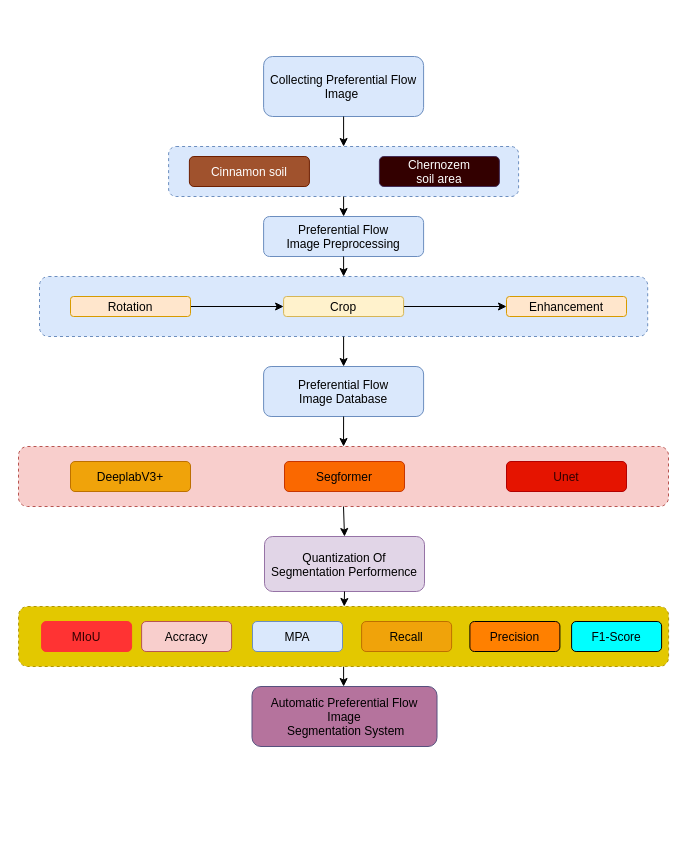
This is 未命名绘图.drawio from lhy-nw1217/Draw, a draw.io file, before an edit. Source tidied: cells renumbered, new cells numbered last; positions are measured from the earlier drawing's top-left corner, leaving out a move shared by most shapes. Both pictures are drawn from the tidied source at 100%, with x=0, y=0 at pixel (18, 56).
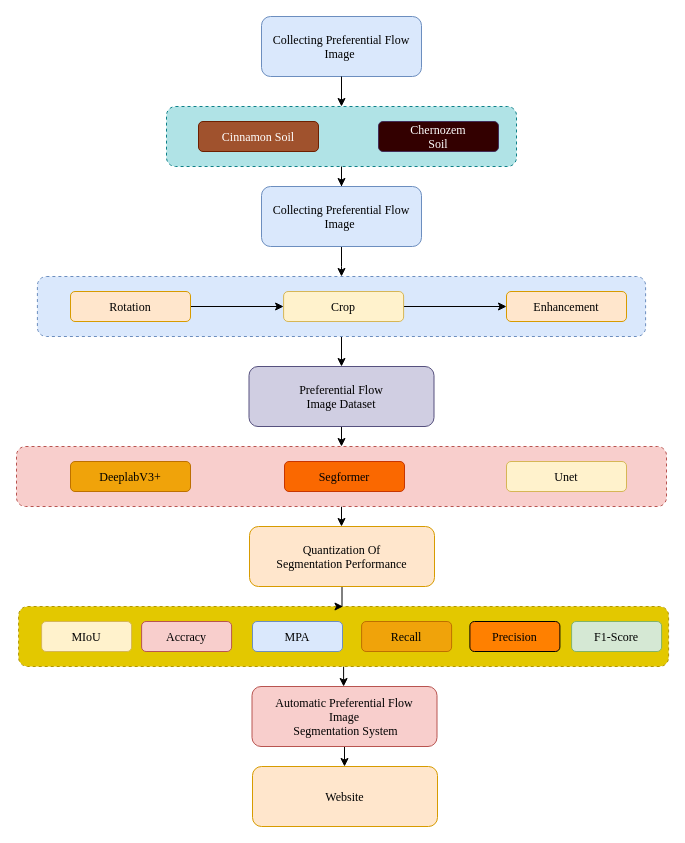
The same page after the edit.

Commit message:
Update 未命名绘图.drawio

What changed in the source:
```diff
@@
+    <mxCell id="36" style="edgeStyle=orthogonalEdgeStyle;rounded=0;jettySize=auto;html=1;fontFamily=Times New Roman;" parent="1" edge="1" source="2" target="44">
+      <mxGeometry relative="1" as="geometry" />
+    </mxCell>
-    <mxCell id="2" style="rounded=1;dashed=1;fillColor=#dae8fc;strokeColor=#6c8ebf;" parent="1" vertex="1">
-      <mxGeometry x="21" y="220" width="608.2" height="60" as="geometry" />
+    <mxCell id="2" style="rounded=1;dashed=1;fillColor=#dae8fc;strokeColor=#6c8ebf;fontFamily=Times New Roman;" parent="1" vertex="1">
+      <mxGeometry x="18.9" y="220" width="608.2" height="60" as="geometry" />
     </mxCell>
-    <mxCell id="3" style="edgeStyle=orthogonalEdgeStyle;rounded=0;jettySize=auto;" parent="1" edge="1" source="4" target="6">
+    <mxCell id="3" style="edgeStyle=orthogonalEdgeStyle;rounded=0;jettySize=auto;fontFamily=Times New Roman;" parent="1" edge="1" source="4" target="6">
       <mxGeometry relative="1" as="geometry" />
     </mxCell>
-    <mxCell id="4" value="Rotation" style="rounded=1;fillColor=#ffe6cc;strokeColor=#d79b00;" parent="1" vertex="1">
-      <mxGeometry x="52" y="240" width="120" height="20" as="geometry" />
+    <mxCell id="4" value="Rotation" style="rounded=1;fillColor=#ffe6cc;strokeColor=#d79b00;fontFamily=Times New Roman;" parent="1" vertex="1">
+      <mxGeometry x="52" y="235" width="120" height="30" as="geometry" />
     </mxCell>
-    <mxCell id="5" style="edgeStyle=orthogonalEdgeStyle;rounded=0;jettySize=auto;" parent="1" edge="1" source="6" target="7">
+    <mxCell id="5" style="edgeStyle=orthogonalEdgeStyle;rounded=0;jettySize=auto;html=1;fontFamily=Times New Roman;" parent="1" edge="1" source="6" target="7">
       <mxGeometry relative="1" as="geometry" />
     </mxCell>
-    <mxCell id="6" value="Crop" style="rounded=1;fillColor=#fff2cc;strokeColor=#d6b656;" parent="1" vertex="1">
-      <mxGeometry x="265.1" y="240" width="120" height="20" as="geometry" />
+    <mxCell id="6" value="Crop" style="rounded=1;fillColor=#fff2cc;strokeColor=#d6b656;fontFamily=Times New Roman;" parent="1" vertex="1">
+      <mxGeometry x="265.1" y="235" width="120" height="30" as="geometry" />
     </mxCell>
-    <mxCell id="7" value="Enhancement" style="rounded=1;fillColor=#ffe6cc;strokeColor=#d79b00;" parent="1" vertex="1">
-      <mxGeometry x="488" y="240" width="120" height="20" as="geometry" />
+    <mxCell id="7" value="Enhancement" style="rounded=1;fillColor=#ffe6cc;strokeColor=#d79b00;fontFamily=Times New Roman;" parent="1" vertex="1">
+      <mxGeometry x="488" y="235" width="120" height="30" as="geometry" />
     </mxCell>
-    <mxCell id="8" value="Preferential Flow &#10;Image Database" style="rounded=1;fillColor=#dae8fc;strokeColor=#6c8ebf;" parent="1" vertex="1">
-      <mxGeometry x="245.1" y="310" width="160" height="50" as="geometry" />
-    </mxCell>
+    <mxCell id="37" style="edgeStyle=orthogonalEdgeStyle;rounded=0;jettySize=auto;html=1;fontFamily=Times New Roman;" parent="1" edge="1" source="9" target="42">
+      <mxGeometry relative="1" as="geometry" />
+    </mxCell>
-    <mxCell id="9" style="rounded=1;dashed=1;fillColor=#f8cecc;strokeColor=#b85450;" parent="1" vertex="1">
-      <mxGeometry y="390" width="650" height="60" as="geometry" />
+    <mxCell id="9" style="rounded=1;dashed=1;fillColor=#f8cecc;strokeColor=#b85450;fontFamily=Times New Roman;" parent="1" vertex="1">
+      <mxGeometry x="-2" y="390" width="650" height="60" as="geometry" />
     </mxCell>
-    <mxCell id="10" value="DeeplabV3+" style="rounded=1;fillColor=#f0a30a;fontColor=#000000;strokeColor=#BD7000;" parent="1" vertex="1">
+    <mxCell id="10" value="DeeplabV3+" style="rounded=1;fillColor=#f0a30a;fontColor=#000000;strokeColor=#BD7000;fontFamily=Times New Roman;" parent="1" vertex="1">
       <mxGeometry x="52" y="405" width="120" height="30" as="geometry" />
     </mxCell>
-    <mxCell id="11" value="Segformer" style="rounded=1;fillColor=#fa6800;fontColor=#000000;strokeColor=#C73500;" parent="1" vertex="1">
+    <mxCell id="11" value="Segformer" style="rounded=1;fillColor=#fa6800;fontColor=#000000;strokeColor=#C73500;fontFamily=Times New Roman;" parent="1" vertex="1">
       <mxGeometry x="266" y="405" width="120" height="30" as="geometry" />
     </mxCell>
-    <mxCell id="12" value="Unet" style="rounded=1;fillColor=#e51400;fontColor=#330000;strokeColor=#B20000;" parent="1" vertex="1">
+    <mxCell id="12" value="Unet" style="rounded=1;fillColor=#fff2cc;strokeColor=#d6b656;fontFamily=Times New Roman;" parent="1" vertex="1">
       <mxGeometry x="488" y="405" width="120" height="30" as="geometry" />
     </mxCell>
-    <mxCell id="13" style="edgeStyle=orthogonalEdgeStyle;rounded=0;jettySize=auto;" parent="1" edge="1" source="14" target="24">
+    <mxCell id="13" style="edgeStyle=orthogonalEdgeStyle;rounded=0;jettySize=auto;fontFamily=Times New Roman;" parent="1" edge="1" source="14" target="24">
       <mxGeometry relative="1" as="geometry" />
     </mxCell>
-    <mxCell id="14" style="rounded=1;dashed=1;fillColor=#e3c800;fontColor=#000000;strokeColor=#B09500;" parent="1" vertex="1">
+    <mxCell id="14" style="rounded=1;dashed=1;fillColor=#e3c800;fontColor=#000000;strokeColor=#B09500;fontFamily=Times New Roman;" parent="1" vertex="1">
       <mxGeometry x="0.1" y="550" width="650" height="60" as="geometry" />
     </mxCell>
-    <mxCell id="15" value="Preferential Flow &#10;Image Preprocessing" style="rounded=1;fillColor=#dae8fc;strokeColor=#6c8ebf;" parent="1" vertex="1">
-      <mxGeometry x="245.1" y="160" width="160" height="40" as="geometry" />
-    </mxCell>
-    <mxCell id="16" value="Quantization Of &#10;Segmentation Performence" style="rounded=1;fillColor=#e1d5e7;strokeColor=#9673a6;" parent="1" vertex="1">
-      <mxGeometry x="246" y="480" width="160" height="55" as="geometry" />
-    </mxCell>
-    <mxCell id="17" value="MIoU" style="rounded=1;fillColor=#FF3333;strokeColor=#FF3333;fontColor=#330000;labelBorderColor=none;" parent="1" vertex="1">
+    <mxCell id="17" value="MIoU" style="rounded=1;fillColor=#fff2cc;strokeColor=#d6b656;labelBorderColor=none;fontFamily=Times New Roman;" parent="1" vertex="1">
       <mxGeometry x="23.1" y="565" width="90" height="30" as="geometry" />
     </mxCell>
-    <mxCell id="18" value="Accracy" style="rounded=1;fillColor=#f8cecc;strokeColor=#b85450;" parent="1" vertex="1">
+    <mxCell id="18" value="Accracy" style="rounded=1;fillColor=#f8cecc;strokeColor=#b85450;fontFamily=Times New Roman;" parent="1" vertex="1">
       <mxGeometry x="123.1" y="565" width="90" height="30" as="geometry" />
     </mxCell>
-    <mxCell id="19" value="MPA" style="rounded=1;fillColor=#dae8fc;strokeColor=#6c8ebf;" parent="1" vertex="1">
+    <mxCell id="19" value="MPA" style="rounded=1;fillColor=#dae8fc;strokeColor=#6c8ebf;fontFamily=Times New Roman;" parent="1" vertex="1">
       <mxGeometry x="234" y="565" width="90" height="30" as="geometry" />
     </mxCell>
-    <mxCell id="20" value="Recall" style="rounded=1;fillColor=#f0a30a;fontColor=#000000;strokeColor=#BD7000;" parent="1" vertex="1">
+    <mxCell id="20" value="Recall" style="rounded=1;fillColor=#f0a30a;fontColor=#000000;strokeColor=#BD7000;fontFamily=Times New Roman;" parent="1" vertex="1">
       <mxGeometry x="343.1" y="565" width="90" height="30" as="geometry" />
     </mxCell>
-    <mxCell id="21" value="Precision" style="rounded=1;fillColor=#FF8000;" parent="1" vertex="1">
+    <mxCell id="21" value="Precision" style="rounded=1;fillColor=#FF8000;fontFamily=Times New Roman;" parent="1" vertex="1">
       <mxGeometry x="451.4" y="565" width="90" height="30" as="geometry" />
     </mxCell>
-    <mxCell id="22" value="F1-Score" style="rounded=1;fillColor=#00FFFF;" parent="1" vertex="1">
+    <mxCell id="22" value="F1-Score" style="rounded=1;fillColor=#d5e8d4;strokeColor=#82b366;fontFamily=Times New Roman;" parent="1" vertex="1">
       <mxGeometry x="553.1" y="565" width="90" height="30" as="geometry" />
     </mxCell>
-    <mxCell id="23" style="edgeStyle=orthogonalEdgeStyle;rounded=0;orthogonalLoop=1;jettySize=auto;exitX=0.5;exitY=1;exitDx=0;exitDy=0;" parent="1" edge="1" source="22" target="22">
+    <mxCell id="23" style="edgeStyle=orthogonalEdgeStyle;rounded=0;orthogonalLoop=1;jettySize=auto;exitX=0.5;exitY=1;exitDx=0;exitDy=0;fontFamily=Times New Roman;" parent="1" edge="1" source="22" target="22">
       <mxGeometry relative="1" as="geometry" />
     </mxCell>
+    <mxCell id="38" style="edgeStyle=orthogonalEdgeStyle;rounded=0;jettySize=auto;html=1;fontFamily=Times New Roman;" parent="1" edge="1" source="24" target="40">
+      <mxGeometry relative="1" as="geometry" />
+    </mxCell>
-    <mxCell id="24" value="Automatic Preferential Flow &#10;Image&#10; Segmentation System" style="rounded=1;fillColor=#B5739D;strokeColor=#56517e;" parent="1" vertex="1">
+    <mxCell id="24" value="Automatic Preferential Flow &#10;Image&#10; Segmentation System" style="rounded=1;fillColor=#f8cecc;strokeColor=#b85450;fontFamily=Times New Roman;" parent="1" vertex="1">
       <mxGeometry x="233.5" y="630" width="185" height="60" as="geometry" />
     </mxCell>
-    <mxCell id="25" value="Collecting Preferential Flow &#10;Image " style="rounded=1;fillColor=#dae8fc;strokeColor=#6c8ebf;" parent="1" vertex="1">
-      <mxGeometry x="245.1" width="160" height="60" as="geometry" />
+    <mxCell id="25" value="Collecting Preferential Flow &#10;Image " style="rounded=1;fillColor=#dae8fc;strokeColor=#6c8ebf;fontFamily=Times New Roman;" parent="1" vertex="1">
+      <mxGeometry x="243" y="-40" width="160" height="60" as="geometry" />
     </mxCell>
+    <mxCell id="39" style="edgeStyle=orthogonalEdgeStyle;rounded=0;jettySize=auto;html=1;fontFamily=Times New Roman;" parent="1" edge="1" source="26" target="46">
+      <mxGeometry relative="1" as="geometry" />
+    </mxCell>
-    <mxCell id="26" style="rounded=1;dashed=1;fillColor=#dae8fc;strokeColor=#6c8ebf;" parent="1" vertex="1">
-      <mxGeometry x="150.1" y="90" width="350" height="50" as="geometry" />
+    <mxCell id="26" style="rounded=1;dashed=1;fillColor=#b0e3e6;strokeColor=#0e8088;fontFamily=Times New Roman;" parent="1" vertex="1">
+      <mxGeometry x="148" y="50" width="350" height="60" as="geometry" />
     </mxCell>
-    <mxCell id="27" value="Cinnamon soil" style="rounded=1;fillColor=#a0522d;strokeColor=#6D1F00;fontColor=#ffffff;" parent="1" vertex="1">
-      <mxGeometry x="170.9" y="100" width="120" height="30" as="geometry" />
+    <mxCell id="27" value="Cinnamon Soil" style="rounded=1;fillColor=#a0522d;strokeColor=#6D1F00;fontColor=#ffffff;fontFamily=Times New Roman;" parent="1" vertex="1">
+      <mxGeometry x="180" y="65" width="120" height="30" as="geometry" />
     </mxCell>
-    <mxCell id="28" value="Chernozem&#10;soil area" style="rounded=1;fillColor=#330000;fontColor=#ffffff;strokeColor=#432D57;" parent="1" vertex="1">
-      <mxGeometry x="360.9" y="100" width="120" height="30" as="geometry" />
+    <mxCell id="28" value="Chernozem&#10;Soil" style="rounded=1;fillColor=#330000;fontColor=#ffffff;strokeColor=#432D57;fontFamily=Times New Roman;" parent="1" vertex="1">
+      <mxGeometry x="360" y="65" width="120" height="30" as="geometry" />
     </mxCell>
-    <mxCell id="29" style="endArrow=classic;rounded=0;exitX=0.5;exitY=1;exitDx=0;exitDy=0;" parent="1" edge="1" source="26" target="15">
-      <mxGeometry relative="1" as="geometry" />
-    </mxCell>
-    <mxCell id="30" style="endArrow=classic;rounded=0;exitX=0.5;exitY=1;exitDx=0;exitDy=0;" parent="1" edge="1" source="2" target="8">
-      <mxGeometry relative="1" as="geometry" />
-    </mxCell>
-    <mxCell id="31" style="endArrow=classic;rounded=0;exitX=0.5;exitY=1;exitDx=0;exitDy=0;entryX=0.5;entryY=0;entryDx=0;entryDy=0;" parent="1" edge="1" source="9" target="16">
-      <mxGeometry relative="1" as="geometry" />
-    </mxCell>
-    <mxCell id="32" style="endArrow=classic;rounded=0;exitX=0.5;exitY=1;exitDx=0;exitDy=0;entryX=0.5;entryY=0;entryDx=0;entryDy=0;" parent="1" edge="1" source="15" target="2">
-      <mxGeometry relative="1" as="geometry" />
-    </mxCell>
-    <mxCell id="33" style="endArrow=classic;rounded=0;exitX=0.5;exitY=1;exitDx=0;exitDy=0;entryX=0.5;entryY=0;entryDx=0;entryDy=0;" parent="1" edge="1" source="25" target="26">
+    <mxCell id="33" style="endArrow=classic;rounded=0;exitX=0.5;exitY=1;exitDx=0;exitDy=0;entryX=0.5;entryY=0;entryDx=0;entryDy=0;fontFamily=Times New Roman;" parent="1" edge="1" source="25" target="26">
       <mxGeometry relative="1" as="geometry" />
     </mxCell>
-    <mxCell id="34" style="endArrow=classic;rounded=0;exitX=0.5;exitY=1;exitDx=0;exitDy=0;" parent="1" edge="1" source="8" target="9">
-      <mxGeometry relative="1" as="geometry" />
-    </mxCell>
-    <mxCell id="35" style="endArrow=classic;rounded=0;exitX=0.5;exitY=1;exitDx=0;exitDy=0;" parent="1" edge="1" source="16" target="14">
-      <mxGeometry relative="1" as="geometry" />
-    </mxCell>
+    <mxCell id="40" value="Website" style="rounded=1;fillColor=#ffe6cc;strokeColor=#d79b00;fontFamily=Times New Roman;" parent="1" vertex="1">
+      <mxGeometry x="234" y="710" width="185" height="60" as="geometry" />
+    </mxCell>
+    <mxCell id="41" style="edgeStyle=orthogonalEdgeStyle;rounded=0;jettySize=auto;html=1;fontFamily=Times New Roman;" parent="1" edge="1" source="42">
+      <mxGeometry relative="1" as="geometry">
+        <mxPoint x="324" y="550" as="targetPoint" />
+      </mxGeometry>
+    </mxCell>
+    <mxCell id="42" value="Quantization Of&#10;Segmentation Performance" style="rounded=1;fillColor=#ffe6cc;strokeColor=#d79b00;fontFamily=Times New Roman;" parent="1" vertex="1">
+      <mxGeometry x="231" y="470" width="185" height="60" as="geometry" />
+    </mxCell>
+    <mxCell id="43" style="edgeStyle=orthogonalEdgeStyle;rounded=0;jettySize=auto;html=1;fontFamily=Times New Roman;" parent="1" edge="1" source="44">
+      <mxGeometry relative="1" as="geometry">
+        <mxPoint x="323" y="390" as="targetPoint" />
+      </mxGeometry>
+    </mxCell>
+    <mxCell id="44" value="Preferential Flow&#10;Image Dataset" style="rounded=1;fillColor=#d0cee2;strokeColor=#56517e;fontFamily=Times New Roman;" parent="1" vertex="1">
+      <mxGeometry x="230.5" y="310" width="185" height="60" as="geometry" />
+    </mxCell>
+    <mxCell id="45" style="edgeStyle=orthogonalEdgeStyle;rounded=0;jettySize=auto;html=1;fontFamily=Times New Roman;" parent="1" edge="1" source="46">
+      <mxGeometry relative="1" as="geometry">
+        <mxPoint x="323" y="220" as="targetPoint" />
+      </mxGeometry>
+    </mxCell>
+    <mxCell id="46" value="Collecting Preferential Flow &#10;Image " style="rounded=1;fillColor=#dae8fc;strokeColor=#6c8ebf;fontFamily=Times New Roman;" parent="1" vertex="1">
+      <mxGeometry x="243" y="130" width="160" height="60" as="geometry" />
+    </mxCell>
```
